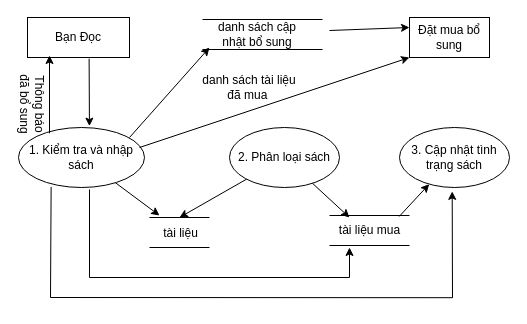
Nguyenquynh235/DoAnNhom1 keeps this draw.io diagram as page "sơ đồ mức dưới đỉnh quản lí sách" (5 of 8) of Đồ án nhóm 1.drawio. Above is the earlier version. Source tidied: cells renumbered, new cells numbered last; positions are measured from the earlier drawing's top-left corner, leaving out a move shared by most shapes. Both pictures are drawn from the tidied source at 100%, with x=0, y=0 at pixel (-6, 17).
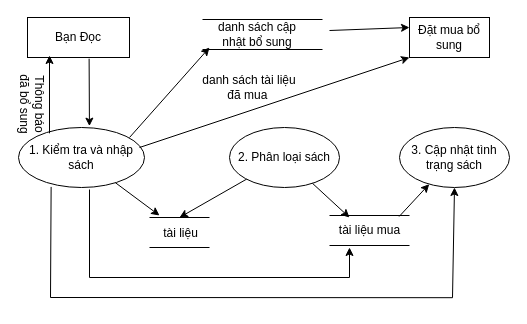
After the change.

Unchanged cells that the change refers to:
```xml
<mxCell id="4" value="&lt;font style=&quot;font-size: 12px;&quot; face=&quot;Helvetica&quot;&gt;1. Kiểm tra và nhập sách&lt;/font&gt;" style="ellipse;whiteSpace=wrap;html=1;" parent="1" vertex="1">
  <mxGeometry x="24" y="110" width="126" height="60" as="geometry" />
</mxCell>
<mxCell id="11" value="3. Cập nhật tình trạng sách" style="ellipse;whiteSpace=wrap;html=1;" parent="1" vertex="1">
  <mxGeometry x="405" y="110" width="110" height="60" as="geometry" />
</mxCell>
```

What changed in the source:
```diff
@@
-    <mxCell id="26" style="endArrow=classic;html=1;rounded=0;entryX=0.597;entryY=1.061;entryDx=0;entryDy=0;entryPerimeter=0;exitX=0.259;exitY=0.99;exitDx=0;exitDy=0;exitPerimeter=0;" parent="1" edge="1" source="4">
+    <mxCell id="26" style="endArrow=classic;html=1;rounded=0;entryX=0.5;entryY=1;entryDx=0;entryDy=0;exitX=0.259;exitY=0.99;exitDx=0;exitDy=0;exitPerimeter=0;" parent="1" edge="1" source="4" target="11">
       <mxGeometry relative="1" as="geometry">
-        <mxPoint x="457.7" y="173.9" as="targetPoint" />
         <Array as="points">
           <mxPoint x="56" y="280" />
           <mxPoint x="458" y="280.2" />
         </Array>
       </mxGeometry>
     </mxCell>
```
